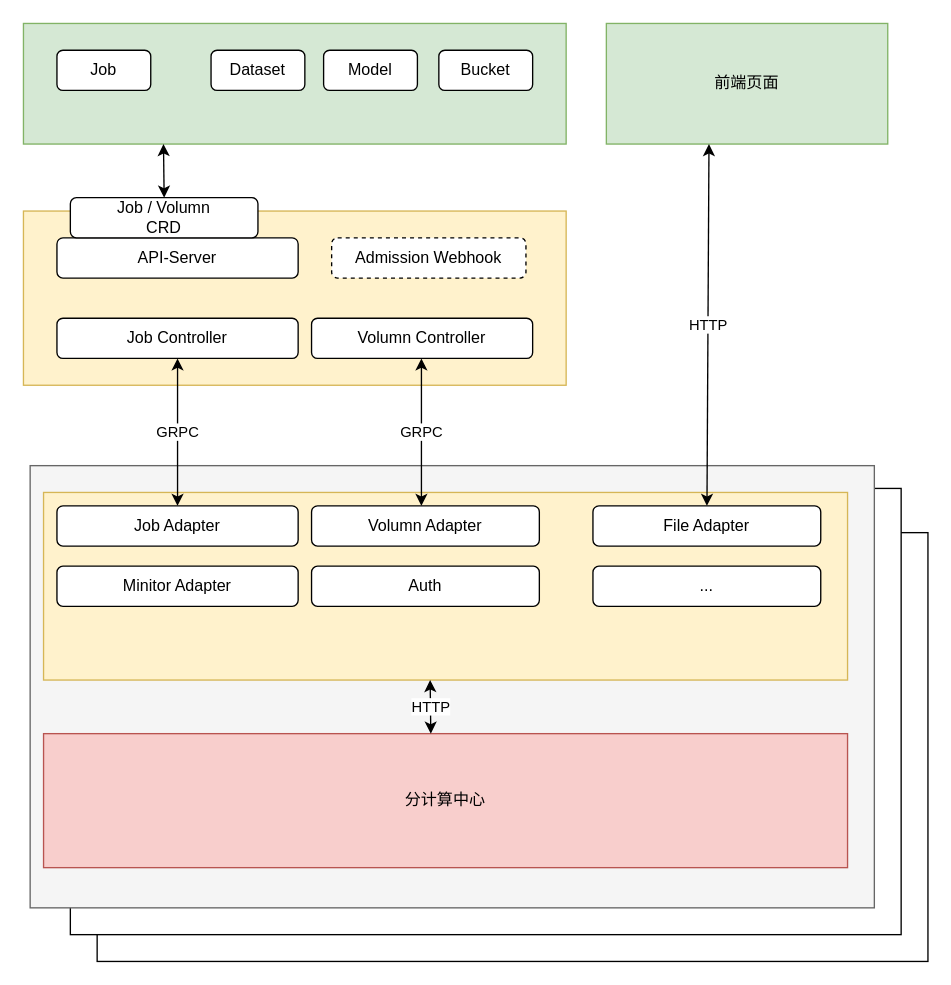
Before: 分中心接入.drawio in kingstone95/diagrams, a draw.io diagram. Source tidied: cells renumbered, new cells numbered last; positions are measured from the earlier drawing's top-left corner, leaving out a move shared by most shapes. Both pictures are drawn from the tidied source at 134%, with x=0, y=0 at pixel (23, 23).
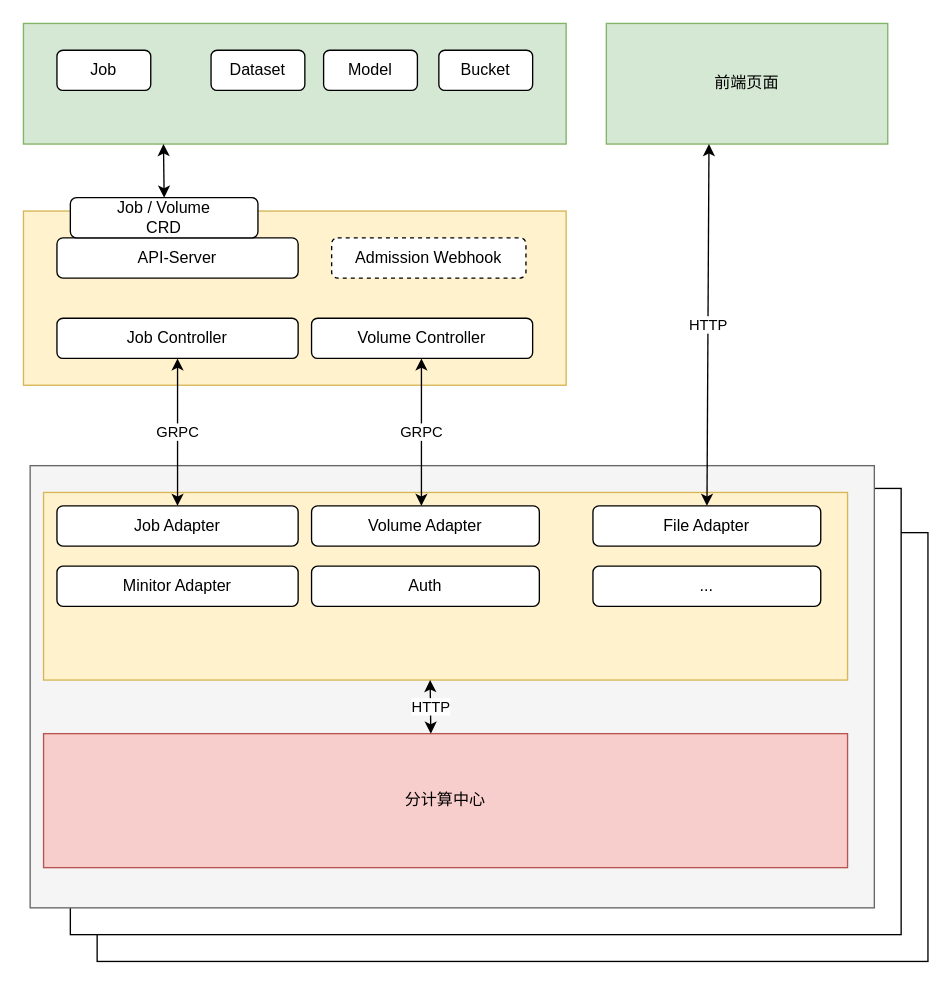
After the change.

Commit message (it also covers changes not shown here):
更新分中心接入.drawio

What changed in the source:
```diff
@@
-    <mxCell id="5" style="rounded=0;whiteSpace=wrap;html=1;glass=0;shadow=0;fillColor=#d5e8d4;strokeColor=#82b366;" parent="1" vertex="1">
+    <mxCell id="5" style="rounded=0;whiteSpace=wrap;html=1;glass=0;shadow=0;fillColor=#d5e8d4;strokeColor=#82b366;align=left;" parent="1" vertex="1">
       <mxGeometry width="405" height="90" as="geometry" />
     </mxCell>
@@
-    <mxCell id="14" value="Volumn Controller" style="rounded=1;whiteSpace=wrap;html=1;" parent="1" vertex="1">
+    <mxCell id="14" value="Volume Controller" style="rounded=1;whiteSpace=wrap;html=1;" parent="1" vertex="1">
       <mxGeometry x="215" y="220" width="165" height="30" as="geometry" />
     </mxCell>
@@
-    <mxCell id="16" value="Volumn Adapter" style="rounded=1;whiteSpace=wrap;html=1;" parent="1" vertex="1">
+    <mxCell id="16" value="Volume Adapter" style="rounded=1;whiteSpace=wrap;html=1;" parent="1" vertex="1">
       <mxGeometry x="215" y="360" width="170" height="30" as="geometry" />
     </mxCell>
@@
-    <mxCell id="21" value="Job / Volumn&lt;br&gt;CRD" style="rounded=1;whiteSpace=wrap;html=1;" parent="1" vertex="1">
+    <mxCell id="21" value="Job / Volume&lt;br&gt;CRD" style="rounded=1;whiteSpace=wrap;html=1;" parent="1" vertex="1">
       <mxGeometry x="35" y="130" width="140" height="30" as="geometry" />
     </mxCell>
```
